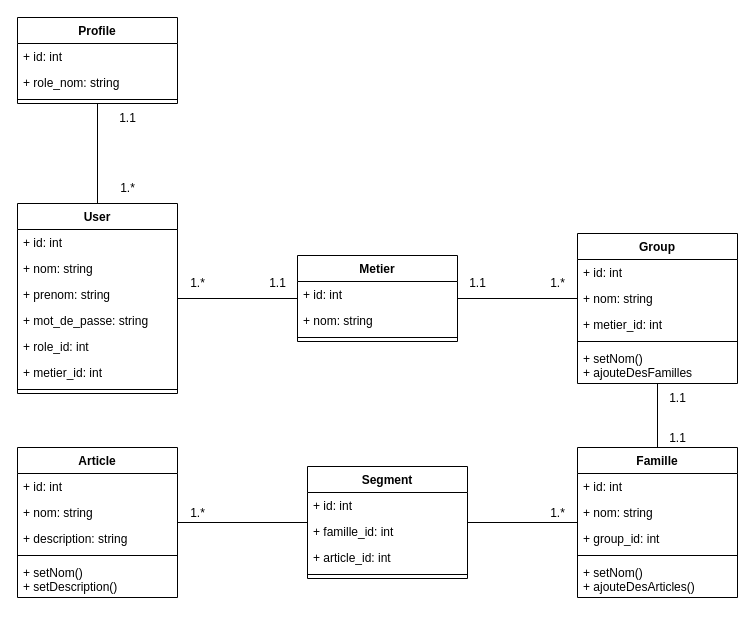
This is UML/class_diagram.drawio from elkhailihamza/LaRegie, a draw.io file, before an edit. Source tidied: cells renumbered, new cells numbered last; positions are measured from the earlier drawing's top-left corner, leaving out a move shared by most shapes. Both pictures are drawn from the tidied source at 100%, with x=0, y=0 at pixel (17, 17).
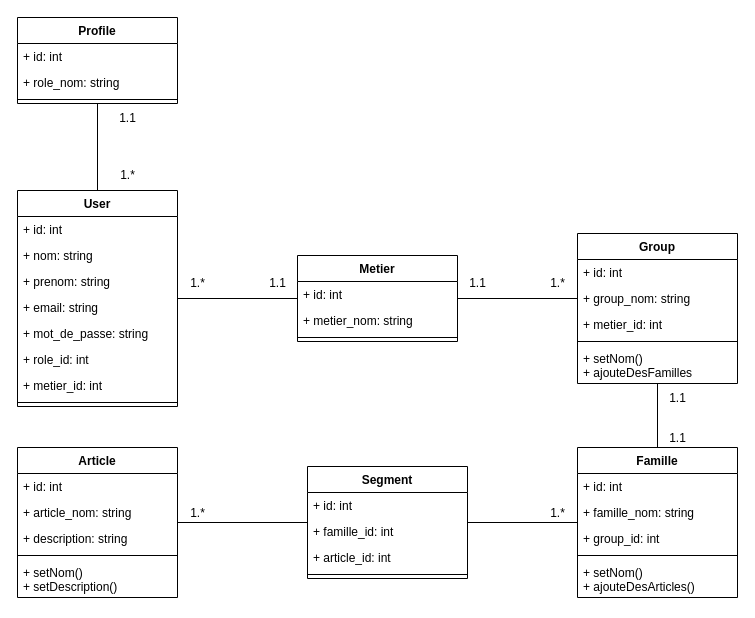
Above is the later version.

Commit message (it also covers changes not shown here):
changed uml class diagram

Unchanged cells that the change refers to:
```xml
<mxCell id="18" value="Metier" style="swimlane;fontStyle=1;align=center;verticalAlign=top;horizontal=1;startSize=26;" parent="1" vertex="1">
  <mxGeometry x="280" y="238" width="160" height="86" as="geometry" />
</mxCell>
<mxCell id="22" value="Group" style="swimlane;fontStyle=1;align=center;verticalAlign=top;horizontal=1;startSize=26;" parent="1" vertex="1">
  <mxGeometry x="560" y="216" width="160" height="150" as="geometry" />
</mxCell>
<mxCell id="29" value="Famille" style="swimlane;fontStyle=1;align=center;verticalAlign=top;horizontal=1;startSize=26;" parent="1" vertex="1">
  <mxGeometry x="560" y="430" width="160" height="150" as="geometry" />
</mxCell>
<mxCell id="42" value="Article" style="swimlane;fontStyle=1;align=center;verticalAlign=top;horizontal=1;startSize=26;" parent="1" vertex="1">
  <mxGeometry y="430" width="160" height="150" as="geometry" />
</mxCell>
```

What changed in the source:
```diff
@@
     <mxCell id="2" value="User" style="swimlane;fontStyle=1;align=center;verticalAlign=top;horizontal=1;startSize=26;" parent="1" vertex="1">
-      <mxGeometry y="186" width="160" height="190" as="geometry" />
+      <mxGeometry y="173" width="160" height="216" as="geometry" />
     </mxCell>
@@
+    <mxCell id="57" value="+ email: string" style="text;strokeColor=none;fillColor=none;align=left;verticalAlign=top;spacingLeft=4;spacingRight=4;overflow=hidden;" parent="2" vertex="1">
+      <mxGeometry y="104" width="160" height="26" as="geometry" />
+    </mxCell>
     <mxCell id="6" value="+ mot_de_passe: string" style="text;strokeColor=none;fillColor=none;align=left;verticalAlign=top;spacingLeft=4;spacingRight=4;overflow=hidden;" parent="2" vertex="1">
-      <mxGeometry y="104" width="160" height="26" as="geometry" />
+      <mxGeometry y="130" width="160" height="26" as="geometry" />
     </mxCell>
     <mxCell id="7" value="+ role_id: int" style="text;strokeColor=none;fillColor=none;align=left;verticalAlign=top;spacingLeft=4;spacingRight=4;overflow=hidden;" parent="2" vertex="1">
-      <mxGeometry y="130" width="160" height="26" as="geometry" />
+      <mxGeometry y="156" width="160" height="26" as="geometry" />
     </mxCell>
     <mxCell id="8" value="+ metier_id: int" style="text;strokeColor=none;fillColor=none;align=left;verticalAlign=top;spacingLeft=4;spacingRight=4;overflow=hidden;" parent="2" vertex="1">
-      <mxGeometry y="156" width="160" height="26" as="geometry" />
+      <mxGeometry y="182" width="160" height="26" as="geometry" />
     </mxCell>
     <mxCell id="9" style="line;strokeWidth=1;fillColor=none;align=left;verticalAlign=middle;spacingTop=-1;spacingLeft=3;spacingRight=3;labelPosition=right;strokeColor=inherit;" parent="2" vertex="1">
-      <mxGeometry y="182" width="160" height="8" as="geometry" />
+      <mxGeometry y="208" width="160" height="8" as="geometry" />
     </mxCell>
@@
     <mxCell id="15" value="1.*" style="text;html=1;align=center;verticalAlign=middle;strokeColor=none;fillColor=none;" parent="1" vertex="1">
-      <mxGeometry x="90" y="156" width="40" height="30" as="geometry" />
+      <mxGeometry x="90" y="143" width="40" height="30" as="geometry" />
     </mxCell>
@@
-    <mxCell id="20" value="+ nom: string" style="text;strokeColor=none;fillColor=none;align=left;verticalAlign=top;spacingLeft=4;spacingRight=4;overflow=hidden;" parent="18" vertex="1">
+    <mxCell id="20" value="+ metier_nom: string" style="text;strokeColor=none;fillColor=none;align=left;verticalAlign=top;spacingLeft=4;spacingRight=4;overflow=hidden;" parent="18" vertex="1">
       <mxGeometry y="52" width="160" height="26" as="geometry" />
     </mxCell>
@@
-    <mxCell id="24" value="+ nom: string" style="text;strokeColor=none;fillColor=none;align=left;verticalAlign=top;spacingLeft=4;spacingRight=4;overflow=hidden;points=[[0,0.5],[1,0.5]];portConstraint=eastwest;" parent="22" vertex="1">
+    <mxCell id="24" value="+ group_nom: string" style="text;strokeColor=none;fillColor=none;align=left;verticalAlign=top;spacingLeft=4;spacingRight=4;overflow=hidden;points=[[0,0.5],[1,0.5]];portConstraint=eastwest;" parent="22" vertex="1">
       <mxGeometry y="52" width="160" height="26" as="geometry" />
     </mxCell>
@@
-    <mxCell id="31" value="+ nom: string" style="text;strokeColor=none;fillColor=none;align=left;verticalAlign=top;spacingLeft=4;spacingRight=4;overflow=hidden;" parent="29" vertex="1">
+    <mxCell id="31" value="+ famille_nom: string" style="text;strokeColor=none;fillColor=none;align=left;verticalAlign=top;spacingLeft=4;spacingRight=4;overflow=hidden;" parent="29" vertex="1">
       <mxGeometry y="52" width="160" height="26" as="geometry" />
     </mxCell>
@@
-    <mxCell id="44" value="+ nom: string" style="text;strokeColor=none;fillColor=none;align=left;verticalAlign=top;spacingLeft=4;spacingRight=4;overflow=hidden;" parent="42" vertex="1">
+    <mxCell id="44" value="+ article_nom: string" style="text;strokeColor=none;fillColor=none;align=left;verticalAlign=top;spacingLeft=4;spacingRight=4;overflow=hidden;" parent="42" vertex="1">
       <mxGeometry y="52" width="160" height="26" as="geometry" />
     </mxCell>
```
